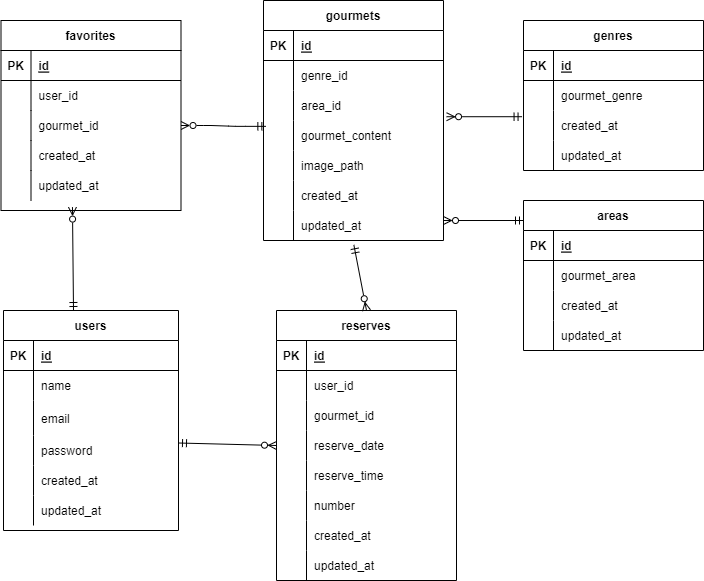
Above: ER.drawio.png in JonyTask/Rese_Jony (draw.io), before the change. Source tidied: cells renumbered, new cells last; positions are measured from the earlier drawing's top-left corner, leaving out a move shared by most shapes.
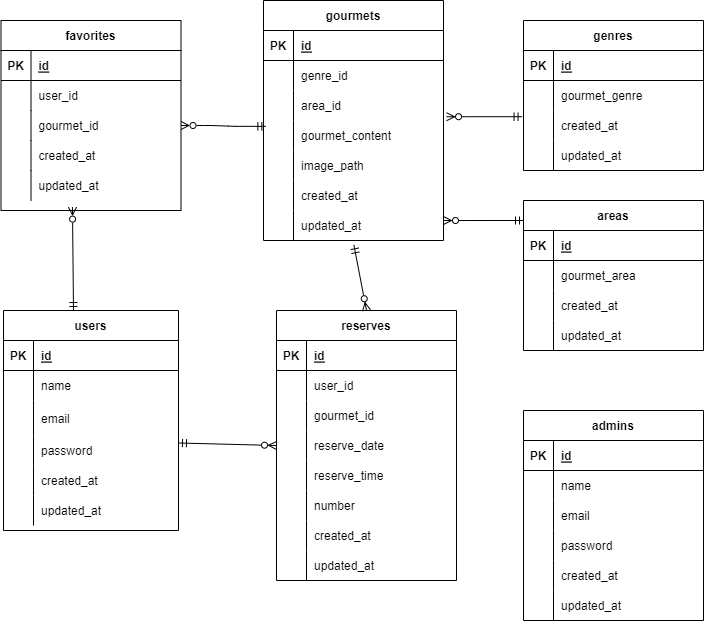
After the commit.

What changed in the source:
```diff
@@ -349,5 +349,62 @@
         <mxPoint x="442" y="220" as="targetPoint" />
       </mxGeometry>
     </mxCell>
+    <mxCell id="116" value="admins" style="shape=table;startSize=30;rowLines=0;fontStyle=1;align=center;" parent="1" vertex="1">
+      <mxGeometry x="522" y="410" width="180" height="210" as="geometry" />
+    </mxCell>
+    <mxCell id="117" style="shape=tableRow;horizontal=0;startSize=0;swimlaneHead=0;swimlaneBody=0;fillColor=none;top=0;left=0;right=0;bottom=1;" parent="116" vertex="1">
+      <mxGeometry y="30" width="180" height="30" as="geometry" />
+    </mxCell>
+    <mxCell id="118" value="PK" style="shape=partialRectangle;fillColor=none;top=0;left=0;bottom=0;right=0;fontStyle=1;overflow=hidden;" parent="117" vertex="1">
+      <mxGeometry width="30" height="30" as="geometry" />
+    </mxCell>
+    <mxCell id="119" value="id" style="shape=partialRectangle;fillColor=none;top=0;left=0;bottom=0;right=0;align=left;spacingLeft=6;fontStyle=5;overflow=hidden;" parent="117" vertex="1">
+      <mxGeometry x="30" width="150" height="30" as="geometry" />
+    </mxCell>
+    <mxCell id="120" style="shape=tableRow;horizontal=0;startSize=0;swimlaneHead=0;swimlaneBody=0;fillColor=none;top=0;left=0;right=0;bottom=0;" parent="116" vertex="1">
+      <mxGeometry y="60" width="180" height="30" as="geometry" />
+    </mxCell>
+    <mxCell id="121" style="shape=partialRectangle;fillColor=none;top=0;left=0;bottom=0;right=0;overflow=hidden;" parent="120" vertex="1">
+      <mxGeometry width="30" height="30" as="geometry" />
+    </mxCell>
+    <mxCell id="122" value="name" style="shape=partialRectangle;fillColor=none;top=0;left=0;bottom=0;right=0;align=left;spacingLeft=6;overflow=hidden;" parent="120" vertex="1">
+      <mxGeometry x="30" width="150" height="30" as="geometry" />
+    </mxCell>
+    <mxCell id="123" style="shape=tableRow;horizontal=0;startSize=0;swimlaneHead=0;swimlaneBody=0;fillColor=none;top=0;left=0;right=0;bottom=0;" parent="116" vertex="1">
+      <mxGeometry y="90" width="180" height="30" as="geometry" />
+    </mxCell>
+    <mxCell id="124" style="shape=partialRectangle;fillColor=none;top=0;left=0;bottom=0;right=0;overflow=hidden;" parent="123" vertex="1">
+      <mxGeometry width="30" height="30" as="geometry" />
+    </mxCell>
+    <mxCell id="125" value="email" style="shape=partialRectangle;fillColor=none;top=0;left=0;bottom=0;right=0;align=left;spacingLeft=6;overflow=hidden;" parent="123" vertex="1">
+      <mxGeometry x="30" width="150" height="30" as="geometry" />
+    </mxCell>
+    <mxCell id="126" style="shape=tableRow;horizontal=0;startSize=0;swimlaneHead=0;swimlaneBody=0;fillColor=none;top=0;left=0;right=0;bottom=0;" parent="116" vertex="1">
+      <mxGeometry y="120" width="180" height="30" as="geometry" />
+    </mxCell>
+    <mxCell id="127" style="shape=partialRectangle;fillColor=none;top=0;left=0;bottom=0;right=0;overflow=hidden;" parent="126" vertex="1">
+      <mxGeometry width="30" height="30" as="geometry" />
+    </mxCell>
+    <mxCell id="128" value="password" style="shape=partialRectangle;fillColor=none;top=0;left=0;bottom=0;right=0;align=left;spacingLeft=6;overflow=hidden;" parent="126" vertex="1">
+      <mxGeometry x="30" width="150" height="30" as="geometry" />
+    </mxCell>
+    <mxCell id="129" style="shape=tableRow;horizontal=0;startSize=0;swimlaneHead=0;swimlaneBody=0;fillColor=none;top=0;left=0;right=0;bottom=0;" parent="116" vertex="1">
+      <mxGeometry y="150" width="180" height="30" as="geometry" />
+    </mxCell>
+    <mxCell id="130" style="shape=partialRectangle;fillColor=none;top=0;left=0;bottom=0;right=0;overflow=hidden;" parent="129" vertex="1">
+      <mxGeometry width="30" height="30" as="geometry" />
+    </mxCell>
+    <mxCell id="131" value="created_at" style="shape=partialRectangle;fillColor=none;top=0;left=0;bottom=0;right=0;align=left;spacingLeft=6;overflow=hidden;" parent="129" vertex="1">
+      <mxGeometry x="30" width="150" height="30" as="geometry" />
+    </mxCell>
+    <mxCell id="132" style="shape=tableRow;horizontal=0;startSize=0;swimlaneHead=0;swimlaneBody=0;fillColor=none;top=0;left=0;right=0;bottom=0;" parent="116" vertex="1">
+      <mxGeometry y="180" width="180" height="30" as="geometry" />
+    </mxCell>
+    <mxCell id="133" style="shape=partialRectangle;fillColor=none;top=0;left=0;bottom=0;right=0;overflow=hidden;" parent="132" vertex="1">
+      <mxGeometry width="30" height="30" as="geometry" />
+    </mxCell>
+    <mxCell id="134" value="updated_at" style="shape=partialRectangle;fillColor=none;top=0;left=0;bottom=0;right=0;align=left;spacingLeft=6;overflow=hidden;" parent="132" vertex="1">
+      <mxGeometry x="30" width="150" height="30" as="geometry" />
+    </mxCell>
   </root>
 </mxGraphModel>
```
